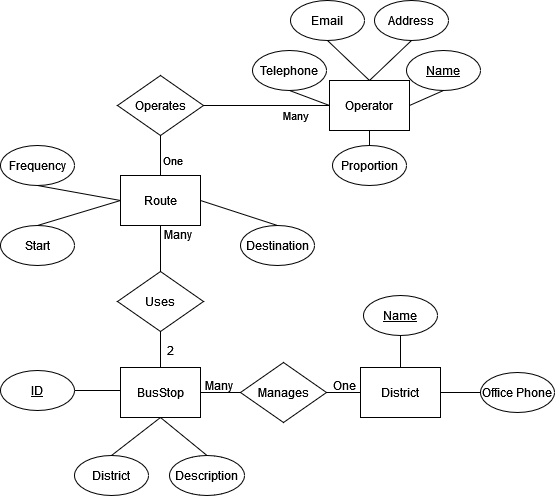
Above: Images/coursework1ERdiagram.png in chloeloveland/obsidian-backup (draw.io), before the change. Source tidied: cells renumbered, new cells last; positions are measured from the earlier drawing's top-left corner, leaving out a move shared by most shapes. Its diagram source:
```xml
<mxGraphModel>
  <root>
    <mxCell id="0" />
    <mxCell id="1" parent="0" />
    <mxCell id="2" value="Route" style="rounded=0;whiteSpace=wrap;html=1;labelBackgroundColor=none;" parent="1" vertex="1">
      <mxGeometry x="120" y="175" width="80" height="50" as="geometry" />
    </mxCell>
    <mxCell id="3" value="Destination" style="ellipse;whiteSpace=wrap;html=1;rounded=0;labelBackgroundColor=none;" parent="1" vertex="1">
      <mxGeometry x="240" y="225" width="74" height="40" as="geometry" />
    </mxCell>
    <mxCell id="4" value="Uses" style="rhombus;whiteSpace=wrap;html=1;rounded=0;labelBackgroundColor=none;" parent="1" vertex="1">
      <mxGeometry x="117" y="271" width="86" height="60" as="geometry" />
    </mxCell>
    <mxCell id="5" value="&lt;div&gt;Start&lt;/div&gt;" style="ellipse;whiteSpace=wrap;html=1;rounded=0;labelBackgroundColor=none;" parent="1" vertex="1">
      <mxGeometry y="225" width="74" height="40" as="geometry" />
    </mxCell>
    <mxCell id="6" value="BusStop" style="rounded=0;whiteSpace=wrap;html=1;labelBackgroundColor=none;" parent="1" vertex="1">
      <mxGeometry x="120" y="367" width="80" height="50" as="geometry" />
    </mxCell>
    <mxCell id="7" value="Many" style="text;html=1;align=center;verticalAlign=middle;whiteSpace=wrap;rounded=0;labelBackgroundColor=none;" parent="1" vertex="1">
      <mxGeometry x="148" y="219" width="60" height="30" as="geometry" />
    </mxCell>
    <mxCell id="8" style="endArrow=none;html=1;rounded=0;exitX=0.5;exitY=0;exitDx=0;exitDy=0;entryX=0.5;entryY=1;entryDx=0;entryDy=0;labelBackgroundColor=none;fontColor=default;" parent="1" edge="1" source="4" target="2">
      <mxGeometry relative="1" as="geometry" />
    </mxCell>
    <mxCell id="9" style="endArrow=none;html=1;rounded=0;exitX=1;exitY=0.5;exitDx=0;exitDy=0;entryX=0.5;entryY=0;entryDx=0;entryDy=0;labelBackgroundColor=none;fontColor=default;" parent="1" edge="1" source="2" target="3">
      <mxGeometry relative="1" as="geometry" />
    </mxCell>
    <mxCell id="10" style="endArrow=none;html=1;rounded=0;exitX=0.5;exitY=0;exitDx=0;exitDy=0;entryX=0;entryY=0.5;entryDx=0;entryDy=0;labelBackgroundColor=none;fontColor=default;" parent="1" edge="1" source="5" target="2">
      <mxGeometry relative="1" as="geometry" />
    </mxCell>
    <mxCell id="11" style="endArrow=none;html=1;rounded=0;exitX=0.5;exitY=0;exitDx=0;exitDy=0;entryX=0.5;entryY=1;entryDx=0;entryDy=0;labelBackgroundColor=none;fontColor=default;" parent="1" edge="1" source="6" target="4">
      <mxGeometry relative="1" as="geometry" />
    </mxCell>
    <mxCell id="12" value="&lt;u&gt;ID&lt;/u&gt;" style="ellipse;whiteSpace=wrap;html=1;rounded=0;labelBackgroundColor=none;" parent="1" vertex="1">
      <mxGeometry y="370" width="74" height="40" as="geometry" />
    </mxCell>
    <mxCell id="13" style="endArrow=none;html=1;rounded=0;exitX=1;exitY=0.5;exitDx=0;exitDy=0;labelBackgroundColor=none;fontColor=default;" parent="1" edge="1" source="12">
      <mxGeometry relative="1" as="geometry">
        <mxPoint x="120" y="390" as="targetPoint" />
      </mxGeometry>
    </mxCell>
    <mxCell id="14" value="2" style="text;html=1;align=center;verticalAlign=middle;whiteSpace=wrap;rounded=0;labelBackgroundColor=none;" parent="1" vertex="1">
      <mxGeometry x="140" y="335" width="60" height="30" as="geometry" />
    </mxCell>
    <mxCell id="15" value="District" style="ellipse;whiteSpace=wrap;html=1;fontStyle=0;rounded=0;labelBackgroundColor=none;" parent="1" vertex="1">
      <mxGeometry x="74" y="455" width="74" height="40" as="geometry" />
    </mxCell>
    <mxCell id="16" value="Description" style="ellipse;whiteSpace=wrap;html=1;rounded=0;labelBackgroundColor=none;" parent="1" vertex="1">
      <mxGeometry x="169" y="455" width="75" height="40" as="geometry" />
    </mxCell>
    <mxCell id="17" style="endArrow=none;html=1;rounded=0;exitX=0.5;exitY=1;exitDx=0;exitDy=0;entryX=0.5;entryY=0;entryDx=0;entryDy=0;labelBackgroundColor=none;fontColor=default;" parent="1" edge="1" source="6" target="15">
      <mxGeometry relative="1" as="geometry" />
    </mxCell>
    <mxCell id="18" style="endArrow=none;html=1;rounded=0;entryX=0.5;entryY=0;entryDx=0;entryDy=0;exitX=0.5;exitY=1;exitDx=0;exitDy=0;labelBackgroundColor=none;fontColor=default;" parent="1" edge="1" source="6" target="16">
      <mxGeometry relative="1" as="geometry" />
    </mxCell>
    <mxCell id="19" value="Manages" style="rhombus;whiteSpace=wrap;html=1;rounded=0;labelBackgroundColor=none;" parent="1" vertex="1">
      <mxGeometry x="240" y="362" width="86" height="60" as="geometry" />
    </mxCell>
    <mxCell id="20" style="endArrow=none;html=1;rounded=0;exitX=1;exitY=0.5;exitDx=0;exitDy=0;entryX=0;entryY=0.5;entryDx=0;entryDy=0;labelBackgroundColor=none;fontColor=default;" parent="1" edge="1" source="6" target="19">
      <mxGeometry relative="1" as="geometry" />
    </mxCell>
    <mxCell id="21" value="&lt;div&gt;District&lt;/div&gt;" style="rounded=0;whiteSpace=wrap;html=1;labelBackgroundColor=none;" parent="1" vertex="1">
      <mxGeometry x="360" y="367" width="80" height="50" as="geometry" />
    </mxCell>
    <mxCell id="22" style="endArrow=none;html=1;rounded=0;exitX=1;exitY=0.5;exitDx=0;exitDy=0;entryX=0;entryY=0.5;entryDx=0;entryDy=0;labelBackgroundColor=none;fontColor=default;" parent="1" edge="1" source="19" target="21">
      <mxGeometry relative="1" as="geometry" />
    </mxCell>
    <mxCell id="23" value="Name" style="ellipse;whiteSpace=wrap;html=1;fontStyle=4;rounded=0;labelBackgroundColor=none;" parent="1" vertex="1">
      <mxGeometry x="363" y="295" width="74" height="40" as="geometry" />
    </mxCell>
    <mxCell id="24" style="endArrow=none;html=1;rounded=0;exitX=0.5;exitY=1;exitDx=0;exitDy=0;entryX=0.5;entryY=0;entryDx=0;entryDy=0;labelBackgroundColor=none;fontColor=default;" parent="1" edge="1" source="23" target="21">
      <mxGeometry relative="1" as="geometry" />
    </mxCell>
    <mxCell id="25" value="Office Phone" style="ellipse;whiteSpace=wrap;html=1;fontStyle=0;rounded=0;labelBackgroundColor=none;" parent="1" vertex="1">
      <mxGeometry x="480" y="372" width="74" height="40" as="geometry" />
    </mxCell>
    <mxCell id="26" style="endArrow=none;html=1;rounded=0;exitX=0;exitY=0.5;exitDx=0;exitDy=0;entryX=1;entryY=0.5;entryDx=0;entryDy=0;labelBackgroundColor=none;fontColor=default;" parent="1" edge="1" source="25" target="21">
      <mxGeometry relative="1" as="geometry" />
    </mxCell>
    <mxCell id="27" style="edgeStyle=none;shape=connector;curved=0;rounded=0;jumpStyle=none;jettySize=auto;html=1;exitX=0;exitY=0.5;exitDx=0;exitDy=0;entryX=1;entryY=0.5;entryDx=0;entryDy=0;strokeColor=default;align=center;verticalAlign=middle;fontFamily=Helvetica;fontSize=11;fontColor=default;labelBackgroundColor=none;endArrow=none;" parent="1" edge="1" source="28" target="42">
      <mxGeometry relative="1" as="geometry" />
    </mxCell>
    <mxCell id="28" value="Operator" style="rounded=0;whiteSpace=wrap;html=1;labelBackgroundColor=none;" parent="1" vertex="1">
      <mxGeometry x="329" y="80" width="80" height="50" as="geometry" />
    </mxCell>
    <mxCell id="29" value="&lt;u&gt;Name&lt;/u&gt;" style="ellipse;whiteSpace=wrap;html=1;rounded=0;labelBackgroundColor=none;" parent="1" vertex="1">
      <mxGeometry x="406" y="50" width="74" height="40" as="geometry" />
    </mxCell>
    <mxCell id="30" value="Address" style="ellipse;whiteSpace=wrap;html=1;rounded=0;labelBackgroundColor=none;" parent="1" vertex="1">
      <mxGeometry x="374" width="74" height="40" as="geometry" />
    </mxCell>
    <mxCell id="31" value="&lt;div&gt;Email&lt;/div&gt;" style="ellipse;whiteSpace=wrap;html=1;rounded=0;labelBackgroundColor=none;" parent="1" vertex="1">
      <mxGeometry x="290" width="74" height="40" as="geometry" />
    </mxCell>
    <mxCell id="32" value="Telephone" style="ellipse;whiteSpace=wrap;html=1;rounded=0;labelBackgroundColor=none;" parent="1" vertex="1">
      <mxGeometry x="252" y="50" width="74" height="40" as="geometry" />
    </mxCell>
    <mxCell id="33" value="One" style="text;html=1;align=center;verticalAlign=middle;whiteSpace=wrap;rounded=0;labelBackgroundColor=none;" parent="1" vertex="1">
      <mxGeometry x="314" y="370" width="60" height="30" as="geometry" />
    </mxCell>
    <mxCell id="34" value="Many" style="text;html=1;align=center;verticalAlign=middle;whiteSpace=wrap;rounded=0;labelBackgroundColor=none;" parent="1" vertex="1">
      <mxGeometry x="189" y="370" width="60" height="30" as="geometry" />
    </mxCell>
    <mxCell id="35" value="Frequency" style="ellipse;whiteSpace=wrap;html=1;rounded=0;labelBackgroundColor=none;" parent="1" vertex="1">
      <mxGeometry y="145" width="74" height="40" as="geometry" />
    </mxCell>
    <mxCell id="36" style="endArrow=none;html=1;rounded=0;exitX=0.5;exitY=1;exitDx=0;exitDy=0;entryX=0;entryY=0.5;entryDx=0;entryDy=0;labelBackgroundColor=none;fontColor=default;" parent="1" edge="1" source="35" target="2">
      <mxGeometry relative="1" as="geometry" />
    </mxCell>
    <mxCell id="37" style="endArrow=none;html=1;rounded=0;exitX=0.5;exitY=1;exitDx=0;exitDy=0;entryX=0;entryY=0.5;entryDx=0;entryDy=0;labelBackgroundColor=none;fontColor=default;" parent="1" edge="1" source="32" target="28">
      <mxGeometry relative="1" as="geometry" />
    </mxCell>
    <mxCell id="38" style="endArrow=none;html=1;rounded=0;entryX=0.5;entryY=1;entryDx=0;entryDy=0;exitX=1;exitY=0.5;exitDx=0;exitDy=0;labelBackgroundColor=none;fontColor=default;" parent="1" edge="1" source="28" target="29">
      <mxGeometry relative="1" as="geometry" />
    </mxCell>
    <mxCell id="39" style="endArrow=none;html=1;rounded=0;exitX=0.5;exitY=1;exitDx=0;exitDy=0;entryX=0.5;entryY=0;entryDx=0;entryDy=0;labelBackgroundColor=none;fontColor=default;" parent="1" edge="1" source="31" target="28">
      <mxGeometry relative="1" as="geometry" />
    </mxCell>
    <mxCell id="40" style="endArrow=none;html=1;rounded=0;exitX=0.5;exitY=1;exitDx=0;exitDy=0;entryX=0.5;entryY=0;entryDx=0;entryDy=0;labelBackgroundColor=none;fontColor=default;curved=0;jumpStyle=none;" parent="1" edge="1" source="30" target="28">
      <mxGeometry relative="1" as="geometry" />
    </mxCell>
    <mxCell id="41" style="edgeStyle=none;shape=connector;curved=0;rounded=0;jumpStyle=none;jettySize=auto;html=1;exitX=0.5;exitY=1;exitDx=0;exitDy=0;entryX=0.5;entryY=0;entryDx=0;entryDy=0;strokeColor=default;align=center;verticalAlign=middle;fontFamily=Helvetica;fontSize=11;fontColor=default;labelBackgroundColor=none;endArrow=none;" parent="1" edge="1" source="42" target="2">
      <mxGeometry relative="1" as="geometry" />
    </mxCell>
    <mxCell id="42" value="Operates" style="rhombus;whiteSpace=wrap;html=1;rounded=0;labelBackgroundColor=none;" parent="1" vertex="1">
      <mxGeometry x="117" y="75" width="86" height="60" as="geometry" />
    </mxCell>
    <mxCell id="43" value="One" style="text;html=1;align=center;verticalAlign=middle;whiteSpace=wrap;rounded=0;fontFamily=Helvetica;fontSize=11;fontColor=default;labelBackgroundColor=none;" parent="1" vertex="1">
      <mxGeometry x="143" y="145" width="60" height="30" as="geometry" />
    </mxCell>
    <mxCell id="44" value="Many" style="text;html=1;align=center;verticalAlign=middle;whiteSpace=wrap;rounded=0;fontFamily=Helvetica;fontSize=11;fontColor=default;labelBackgroundColor=none;" parent="1" vertex="1">
      <mxGeometry x="266" y="100" width="60" height="30" as="geometry" />
    </mxCell>
    <mxCell id="45" style="edgeStyle=none;shape=connector;curved=0;rounded=0;jumpStyle=none;jettySize=auto;html=1;exitX=0.5;exitY=0;exitDx=0;exitDy=0;entryX=0.5;entryY=1;entryDx=0;entryDy=0;strokeColor=default;align=center;verticalAlign=middle;fontFamily=Helvetica;fontSize=11;fontColor=default;labelBackgroundColor=none;endArrow=none;" parent="1" edge="1" source="46" target="28">
      <mxGeometry relative="1" as="geometry" />
    </mxCell>
    <mxCell id="46" value="Proportion" style="ellipse;whiteSpace=wrap;html=1;rounded=0;labelBackgroundColor=none;" parent="1" vertex="1">
      <mxGeometry x="332" y="145" width="74" height="40" as="geometry" />
    </mxCell>
  </root>
</mxGraphModel>
```
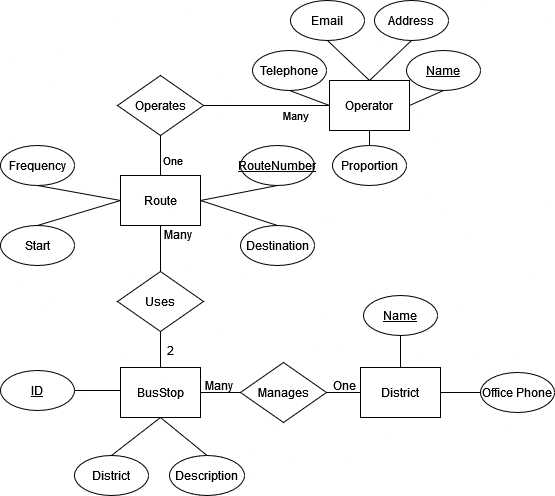
Above is the later version.

Commit message:
vault backup: 2024-11-12 18:52:54

Diff of the diagram source:
```diff
@@ -139,5 +139,11 @@
     <mxCell id="46" value="Proportion" style="ellipse;whiteSpace=wrap;html=1;rounded=0;labelBackgroundColor=none;" parent="1" vertex="1">
       <mxGeometry x="332" y="145" width="74" height="40" as="geometry" />
     </mxCell>
+    <mxCell id="47" style="edgeStyle=none;shape=connector;curved=0;rounded=0;jumpStyle=none;jettySize=auto;html=1;exitX=0.5;exitY=1;exitDx=0;exitDy=0;entryX=1;entryY=0.5;entryDx=0;entryDy=0;strokeColor=default;align=center;verticalAlign=middle;fontFamily=Helvetica;fontSize=11;fontColor=default;labelBackgroundColor=none;endArrow=none;" parent="1" edge="1" source="48" target="2">
+      <mxGeometry relative="1" as="geometry" />
+    </mxCell>
+    <mxCell id="48" value="RouteNumber" style="ellipse;whiteSpace=wrap;html=1;rounded=0;labelBackgroundColor=none;fontStyle=4;" parent="1" vertex="1">
+      <mxGeometry x="240" y="145" width="74" height="40" as="geometry" />
+    </mxCell>
   </root>
 </mxGraphModel>
```
